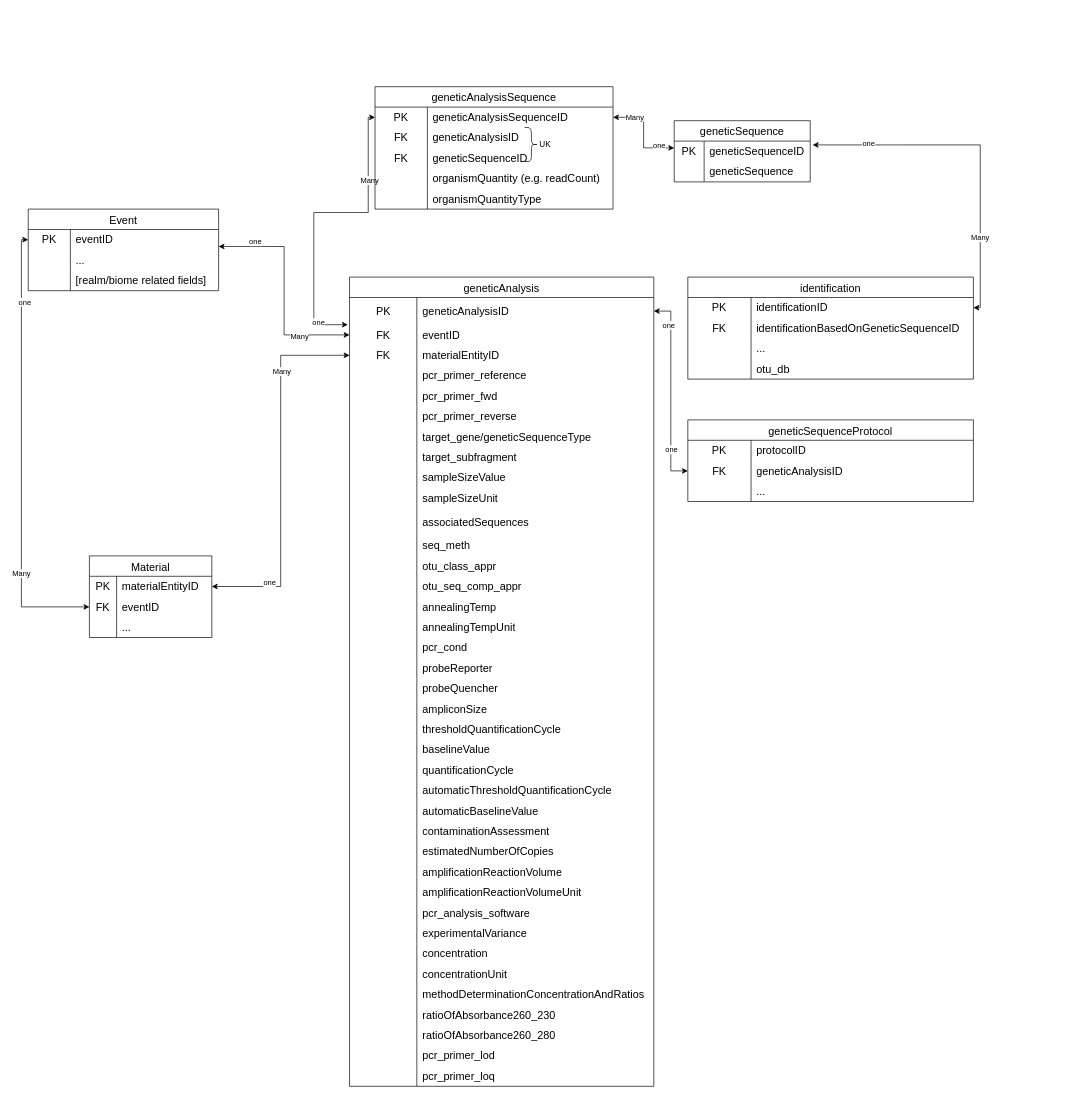
Earlier version of the draw.io diagram Unavngivet diagram.drawio (thomasstjerne/seq-data-model). Source tidied: cells renumbered, new cells numbered last; positions are measured from the earlier drawing's top-left corner, leaving out a move shared by most shapes. Both pictures are drawn from the tidied source at 68%, with x=0, y=0 at pixel (28, 86).
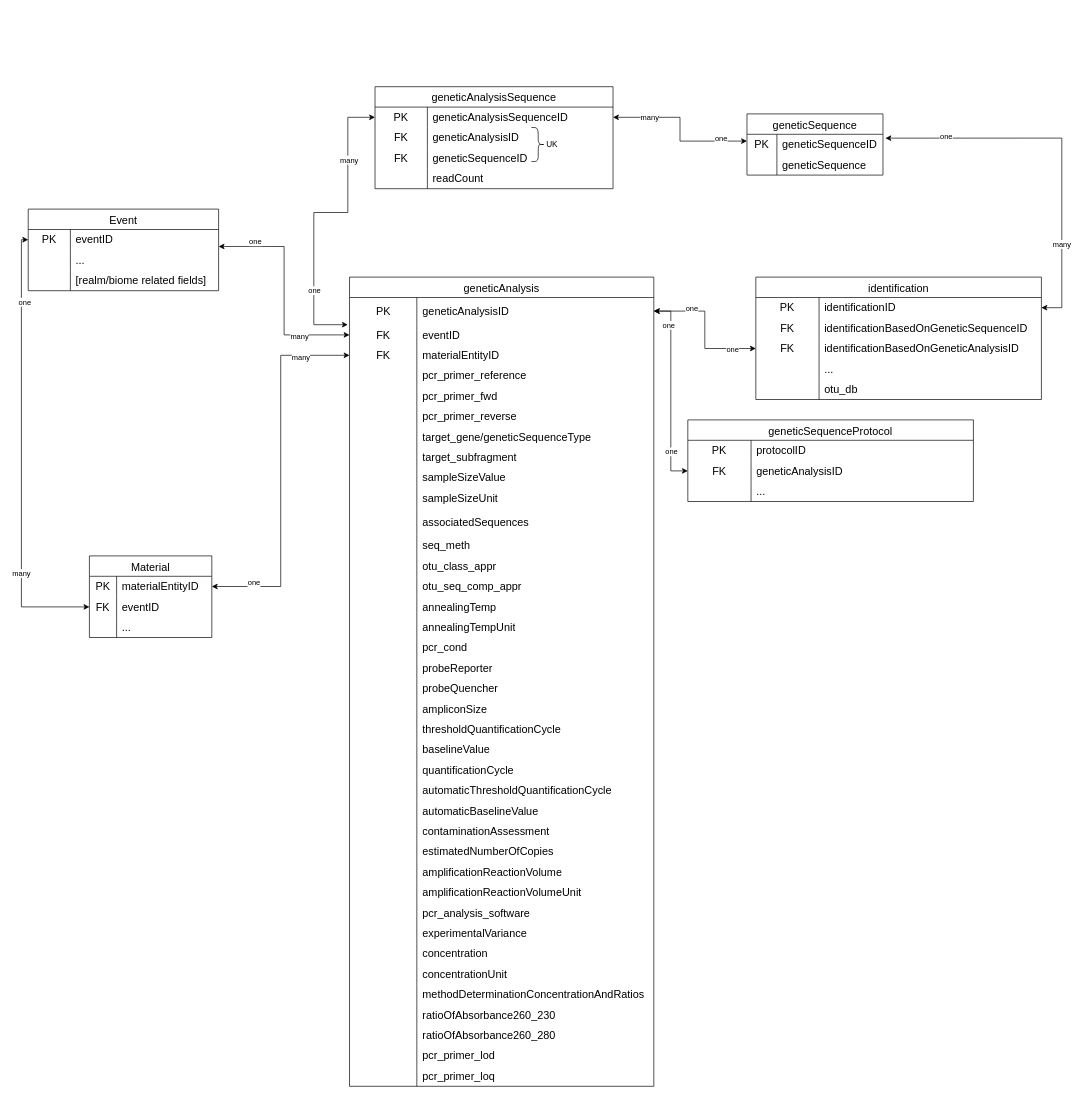
After the change.

Unchanged cells that the change refers to:
```xml
<mxCell id="2" style="endArrow=classic;startArrow=classic;html=1;rounded=0;exitX=1;exitY=0.5;exitDx=0;exitDy=0;entryX=0;entryY=0.333;entryDx=0;entryDy=0;entryPerimeter=0;edgeStyle=orthogonalEdgeStyle;" parent="1" edge="1" source="31" target="47">
  <mxGeometry relative="1" as="geometry" />
</mxCell>
<mxCell id="8" style="endArrow=classic;startArrow=classic;html=1;rounded=0;entryX=1;entryY=0.833;entryDx=0;entryDy=0;entryPerimeter=0;edgeStyle=orthogonalEdgeStyle;" parent="1" edge="1" source="57" target="169">
  <mxGeometry relative="1" as="geometry" />
</mxCell>
<mxCell id="11" style="endArrow=classic;startArrow=classic;html=1;rounded=0;entryX=1;entryY=0.5;entryDx=0;entryDy=0;edgeStyle=orthogonalEdgeStyle;exitX=0;exitY=0.5;exitDx=0;exitDy=0;" parent="1" edge="1" source="60" target="182">
  <mxGeometry relative="1" as="geometry" />
</mxCell>
<mxCell id="14" style="endArrow=classic;startArrow=classic;html=1;rounded=0;exitX=0;exitY=0.5;exitDx=0;exitDy=0;entryX=0;entryY=0.5;entryDx=0;entryDy=0;edgeStyle=orthogonalEdgeStyle;" parent="1" edge="1" source="185" target="169">
  <mxGeometry relative="1" as="geometry" />
</mxCell>
<mxCell id="18" style="shape=tableRow;horizontal=0;startSize=0;swimlaneHead=0;swimlaneBody=0;top=0;left=0;bottom=0;right=0;fillColor=none;points=[[0,0.5],[1,0.5]];portConstraint=eastwest;strokeColor=inherit;fontSize=16;" parent="17" vertex="1">
  <mxGeometry y="30" width="420" height="30" as="geometry" />
</mxCell>
<mxCell id="31" style="shape=tableRow;horizontal=0;startSize=0;swimlaneHead=0;swimlaneBody=0;top=0;left=0;bottom=0;right=0;fillColor=none;points=[[0,0.5],[1,0.5]];portConstraint=eastwest;strokeColor=inherit;fontSize=16;" parent="30" vertex="1">
  <mxGeometry y="30" width="350" height="30" as="geometry" />
</mxCell>
<mxCell id="40" style="shape=tableRow;horizontal=0;startSize=0;swimlaneHead=0;swimlaneBody=0;top=0;left=0;bottom=0;right=0;fillColor=none;strokeColor=inherit;fontSize=16;" parent="30" vertex="1">
  <mxGeometry y="120" width="350" height="30" as="geometry" />
</mxCell>
<mxCell id="47" style="shape=tableRow;horizontal=0;startSize=0;swimlaneHead=0;swimlaneBody=0;top=0;left=0;bottom=0;right=0;fillColor=none;points=[[0,0.5],[1,0.5]];portConstraint=eastwest;strokeColor=inherit;fontSize=16;" parent="46" vertex="1">
  <mxGeometry y="30" width="200" height="30" as="geometry" />
</mxCell>
<mxCell id="54" style="shape=tableRow;horizontal=0;startSize=0;swimlaneHead=0;swimlaneBody=0;top=0;left=0;bottom=0;right=0;fillColor=none;points=[[0,0.5],[1,0.5]];portConstraint=eastwest;strokeColor=inherit;fontSize=16;" parent="53" vertex="1">
  <mxGeometry y="30" width="447.5" height="40" as="geometry" />
</mxCell>
```

Change to the diagram source:
```diff
@@
-    <mxCell id="3" value="Many" style="edgeLabel;html=1;align=center;verticalAlign=middle;" parent="2" vertex="1">
+    <mxCell id="3" value="many" style="edgeLabel;html=1;align=center;verticalAlign=middle;" parent="2" vertex="1">
       <mxGeometry x="-0.54" y="1" relative="1" as="geometry" />
     </mxCell>
@@
     <mxCell id="5" style="endArrow=classic;startArrow=classic;html=1;rounded=0;edgeStyle=orthogonalEdgeStyle;" parent="1" edge="1" source="31">
       <mxGeometry relative="1" as="geometry">
         <mxPoint x="470" y="350" as="targetPoint" />
         <Array as="points">
-          <mxPoint x="500" y="45" />
-          <mxPoint x="500" y="185" />
+          <mxPoint x="470" y="45" />
+          <mxPoint x="470" y="185" />
           <mxPoint x="420" y="185" />
           <mxPoint x="420" y="350" />
         </Array>
       </mxGeometry>
     </mxCell>
-    <mxCell id="6" value="Many" style="edgeLabel;html=1;align=center;verticalAlign=middle;" parent="5" vertex="1">
+    <mxCell id="6" value="many" style="edgeLabel;html=1;align=center;verticalAlign=middle;" parent="5" vertex="1">
       <mxGeometry x="-0.54" y="1" relative="1" as="geometry" />
     </mxCell>
     <mxCell id="7" value="one" style="edgeLabel;html=1;align=center;verticalAlign=middle;" parent="5" vertex="1">
       <mxGeometry x="0.67" relative="1" as="geometry">
-        <mxPoint x="6" y="19" as="offset" />
+        <mxPoint y="-28" as="offset" />
       </mxGeometry>
     </mxCell>
@@
-    <mxCell id="9" value="Many" style="edgeLabel;html=1;align=center;verticalAlign=middle;" parent="8" vertex="1">
+    <mxCell id="9" value="many" style="edgeLabel;html=1;align=center;verticalAlign=middle;" parent="8" vertex="1">
       <mxGeometry x="-0.54" y="1" relative="1" as="geometry" />
     </mxCell>
@@
-    <mxCell id="12" value="Many" style="edgeLabel;html=1;align=center;verticalAlign=middle;" parent="11" vertex="1">
-      <mxGeometry x="-0.54" y="1" relative="1" as="geometry" />
+    <mxCell id="12" value="many" style="edgeLabel;html=1;align=center;verticalAlign=middle;" parent="11" vertex="1">
+      <mxGeometry x="-0.54" y="1" relative="1" as="geometry">
+        <mxPoint x="28" y="-20" as="offset" />
+      </mxGeometry>
     </mxCell>
     <mxCell id="13" value="one" style="edgeLabel;html=1;align=center;verticalAlign=middle;" parent="11" vertex="1">
       <mxGeometry x="0.67" relative="1" as="geometry">
-        <mxPoint x="-5" y="-6" as="offset" />
+        <mxPoint x="-28" y="-6" as="offset" />
       </mxGeometry>
     </mxCell>
@@
-    <mxCell id="15" value="Many" style="edgeLabel;html=1;align=center;verticalAlign=middle;" parent="14" vertex="1">
+    <mxCell id="15" value="many" style="edgeLabel;html=1;align=center;verticalAlign=middle;" parent="14" vertex="1">
       <mxGeometry x="-0.54" y="1" relative="1" as="geometry" />
     </mxCell>
@@
     <mxCell id="17" value="identification" style="shape=table;startSize=30;childLayout=tableLayout;rowLines=0;fontStyle=0;strokeColor=default;fontSize=16;" parent="1" vertex="1">
-      <mxGeometry x="970" y="280" width="420" height="150" as="geometry" />
+      <mxGeometry x="1070" y="280" width="420" height="180" as="geometry" />
     </mxCell>
@@
+    <mxCell id="206" style="shape=tableRow;horizontal=0;startSize=0;swimlaneHead=0;swimlaneBody=0;top=0;left=0;bottom=0;right=0;fillColor=none;points=[[0,0.5],[1,0.5]];portConstraint=eastwest;strokeColor=inherit;fontSize=16;" parent="17" vertex="1">
+      <mxGeometry y="90" width="420" height="30" as="geometry" />
+    </mxCell>
+    <mxCell id="207" value="FK" style="shape=partialRectangle;html=1;whiteSpace=wrap;fillColor=none;top=0;left=0;bottom=0;right=0;overflow=hidden;strokeColor=inherit;fontSize=16;" parent="206" vertex="1">
+      <mxGeometry width="93" height="30" as="geometry" />
+    </mxCell>
+    <mxCell id="208" value="identificationBasedOnGeneticAnalysisID" style="shape=partialRectangle;html=1;whiteSpace=wrap;fillColor=none;top=0;left=0;bottom=0;right=0;align=left;spacingLeft=6;overflow=hidden;strokeColor=inherit;fontSize=16;" parent="206" vertex="1">
+      <mxGeometry x="93" width="327" height="30" as="geometry" />
+    </mxCell>
     <mxCell id="24" style="shape=tableRow;horizontal=0;startSize=0;swimlaneHead=0;swimlaneBody=0;top=0;left=0;bottom=0;right=0;fillColor=none;strokeColor=inherit;fontSize=16;" parent="17" vertex="1">
-      <mxGeometry y="90" width="420" height="30" as="geometry" />
+      <mxGeometry y="120" width="420" height="30" as="geometry" />
     </mxCell>
@@
     <mxCell id="27" style="shape=tableRow;horizontal=0;startSize=0;swimlaneHead=0;swimlaneBody=0;top=0;left=0;bottom=0;right=0;fillColor=none;strokeColor=inherit;fontSize=16;" parent="17" vertex="1">
-      <mxGeometry y="120" width="420" height="30" as="geometry" />
+      <mxGeometry y="150" width="420" height="30" as="geometry" />
     </mxCell>
@@
     <mxCell id="30" value="geneticAnalysisSequence" style="shape=table;startSize=30;childLayout=tableLayout;rowLines=0;fontStyle=0;strokeColor=default;fontSize=16;" parent="1" vertex="1">
-      <mxGeometry x="510" width="350" height="180" as="geometry" />
+      <mxGeometry x="510" width="350" height="150" as="geometry" />
     </mxCell>
@@
-    <mxCell id="42" value="organismQuantity (e.g. readCount)" style="shape=partialRectangle;html=1;whiteSpace=wrap;fillColor=none;top=0;left=0;bottom=0;right=0;align=left;spacingLeft=6;overflow=hidden;strokeColor=inherit;fontSize=16;" parent="40" vertex="1">
+    <mxCell id="42" value="readCount" style="shape=partialRectangle;html=1;whiteSpace=wrap;fillColor=none;top=0;left=0;bottom=0;right=0;align=left;spacingLeft=6;overflow=hidden;strokeColor=inherit;fontSize=16;" parent="40" vertex="1">
       <mxGeometry x="77" width="273" height="30" as="geometry" />
     </mxCell>
-    <mxCell id="43" style="shape=tableRow;horizontal=0;startSize=0;swimlaneHead=0;swimlaneBody=0;top=0;left=0;bottom=0;right=0;fillColor=none;strokeColor=inherit;fontSize=16;" parent="30" vertex="1">
-      <mxGeometry y="150" width="350" height="30" as="geometry" />
-    </mxCell>
-    <mxCell id="44" style="shape=partialRectangle;html=1;whiteSpace=wrap;fillColor=none;top=0;left=0;bottom=0;right=0;overflow=hidden;strokeColor=inherit;fontSize=16;" parent="43" vertex="1">
-      <mxGeometry width="77" height="30" as="geometry" />
-    </mxCell>
-    <mxCell id="45" value="organismQuantityType" style="shape=partialRectangle;html=1;whiteSpace=wrap;fillColor=none;top=0;left=0;bottom=0;right=0;align=left;spacingLeft=6;overflow=hidden;strokeColor=inherit;fontSize=16;" parent="43" vertex="1">
-      <mxGeometry x="77" width="273" height="30" as="geometry" />
-    </mxCell>
     <mxCell id="46" value="geneticSequence" style="shape=table;startSize=30;childLayout=tableLayout;rowLines=0;fontStyle=0;strokeColor=default;fontSize=16;" parent="1" vertex="1">
-      <mxGeometry x="950" y="50" width="200" height="90" as="geometry" />
+      <mxGeometry x="1057" y="40" width="200" height="90" as="geometry" />
     </mxCell>
@@
     <mxCell id="178" style="endArrow=classic;startArrow=classic;html=1;rounded=0;entryX=1.018;entryY=0.188;entryDx=0;entryDy=0;entryPerimeter=0;exitX=1;exitY=0.5;exitDx=0;exitDy=0;edgeStyle=orthogonalEdgeStyle;" parent="1" edge="1" source="18" target="47">
-      <mxGeometry relative="1" as="geometry" />
+      <mxGeometry relative="1" as="geometry">
+        <Array as="points">
+          <mxPoint x="1520" y="325" />
+          <mxPoint x="1520" y="76" />
+        </Array>
+      </mxGeometry>
     </mxCell>
-    <mxCell id="179" value="Many" style="edgeLabel;html=1;align=center;verticalAlign=middle;" parent="178" vertex="1">
+    <mxCell id="179" value="many" style="edgeLabel;html=1;align=center;verticalAlign=middle;" parent="178" vertex="1">
       <mxGeometry x="-0.54" y="1" relative="1" as="geometry" />
     </mxCell>
@@
     <mxCell id="191" style="shape=curlyBracket;whiteSpace=wrap;html=1;rounded=1;flipH=1;labelPosition=right;verticalLabelPosition=middle;align=left;verticalAlign=middle;" parent="1" vertex="1">
-      <mxGeometry x="730" y="60" width="20" height="50" as="geometry" />
+      <mxGeometry x="740" y="60" width="20" height="50" as="geometry" />
     </mxCell>
     <mxCell id="192" value="UK" style="text;html=1;align=center;verticalAlign=middle;strokeColor=none;fillColor=none;" parent="1" vertex="1">
-      <mxGeometry x="740" y="70" width="40" height="30" as="geometry" />
+      <mxGeometry x="750" y="70" width="40" height="30" as="geometry" />
     </mxCell>
@@
     <mxCell id="205" value="one" style="edgeLabel;html=1;align=center;verticalAlign=middle;" parent="1" vertex="1">
-      <mxGeometry x="940" y="97" as="geometry">
+      <mxGeometry x="940" y="100" as="geometry">
         <mxPoint x="5" y="436" as="offset" />
       </mxGeometry>
     </mxCell>
+    <mxCell id="209" style="endArrow=classic;startArrow=classic;html=1;rounded=0;entryX=0;entryY=0.5;entryDx=0;entryDy=0;exitX=1;exitY=0.5;exitDx=0;exitDy=0;edgeStyle=orthogonalEdgeStyle;" parent="1" edge="1" source="54" target="206">
+      <mxGeometry relative="1" as="geometry" />
+    </mxCell>
+    <mxCell id="210" value="one" style="edgeLabel;html=1;align=center;verticalAlign=middle;" parent="1" vertex="1">
+      <mxGeometry x="1030" y="-50" as="geometry">
+        <mxPoint x="5" y="436" as="offset" />
+      </mxGeometry>
+    </mxCell>
+    <mxCell id="211" value="one" style="edgeLabel;html=1;align=center;verticalAlign=middle;" parent="1" vertex="1">
+      <mxGeometry x="970" y="-110" as="geometry">
+        <mxPoint x="5" y="436" as="offset" />
+      </mxGeometry>
+    </mxCell>
```
